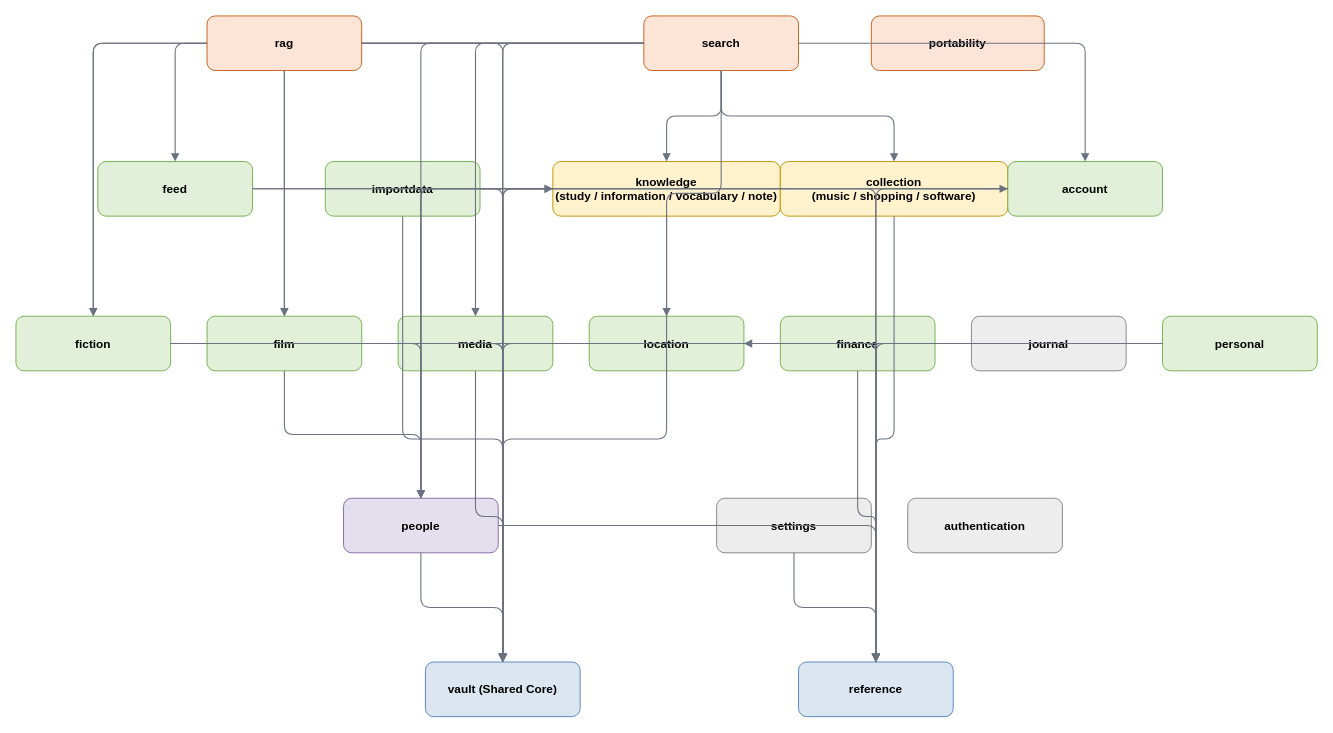
Before: docs/architecture/diagrams/source/module-dependencies.drawio in vhvkhangg/personal-private-vault, a draw.io diagram. Source tidied: cells renumbered, new cells numbered last; positions are measured from the earlier drawing's top-left corner, leaving out a move shared by most shapes. Both pictures are drawn from the tidied source at 91%, with x=0, y=0 at pixel (15, 15).
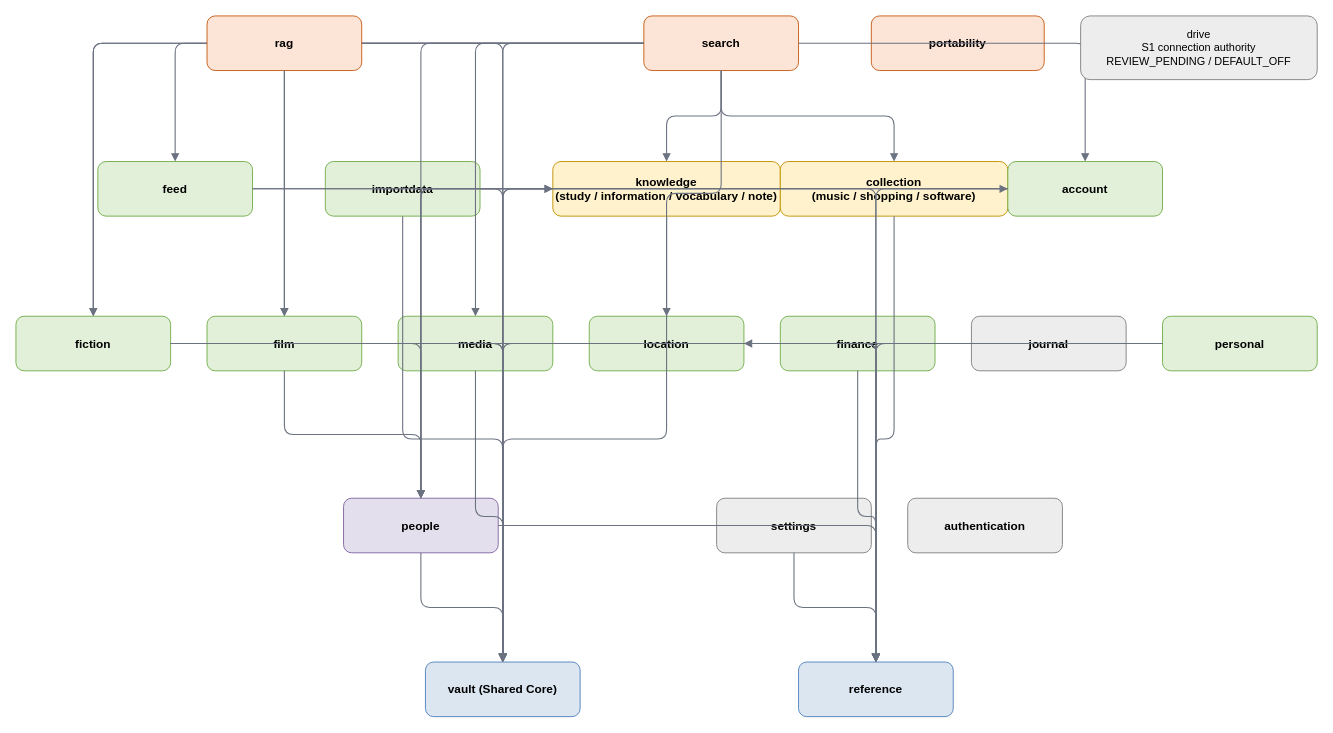
The same diagram, later.

Change to the diagram source:
```diff
@@
+    <mxCell id="63" value="drive&#10;S1 connection authority&#10;REVIEW_PENDING / DEFAULT_OFF" style="rounded=1;whiteSpace=wrap;html=1;fillColor=#EDEDED;strokeColor=#7F7F7F;fontSize=12;align=center;verticalAlign=middle;" parent="1" vertex="1">
+      <mxGeometry x="1170" width="260" height="70" as="geometry" />
+    </mxCell>
```
